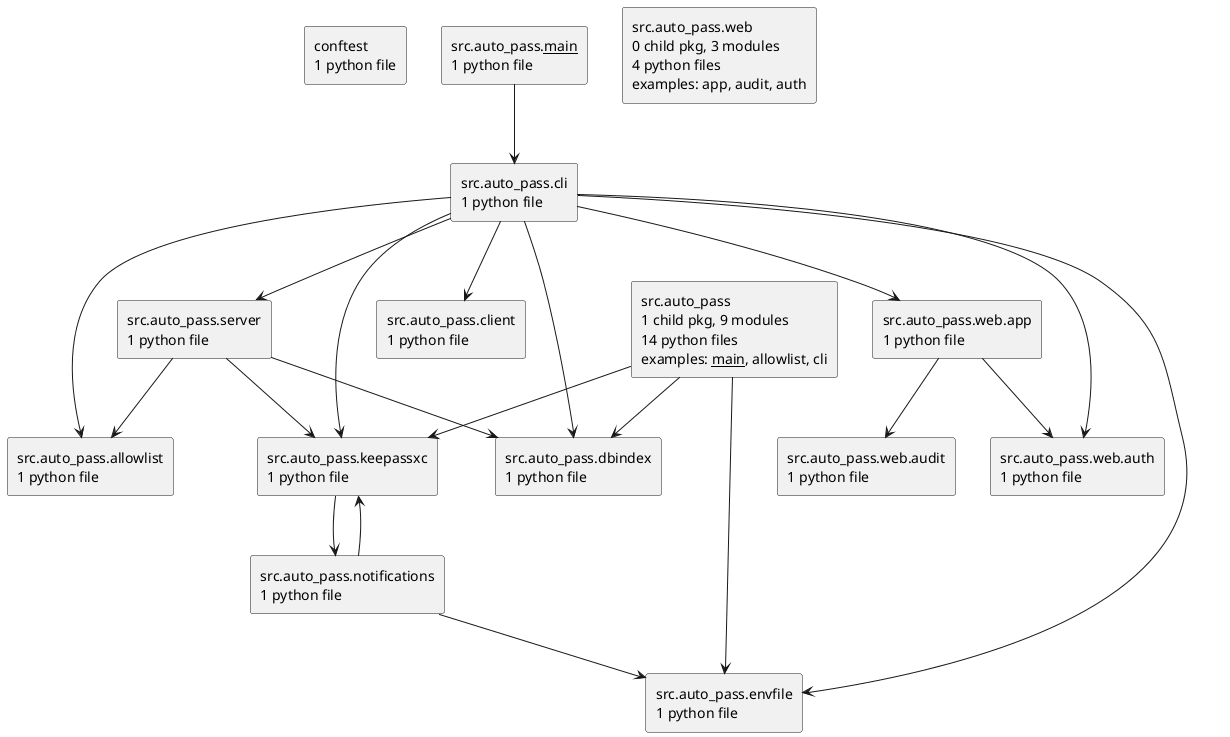
This is docs/diagrams/python-packages.puml.png from casonk/auto-pass, a PlantUML export, as it was before one commit.
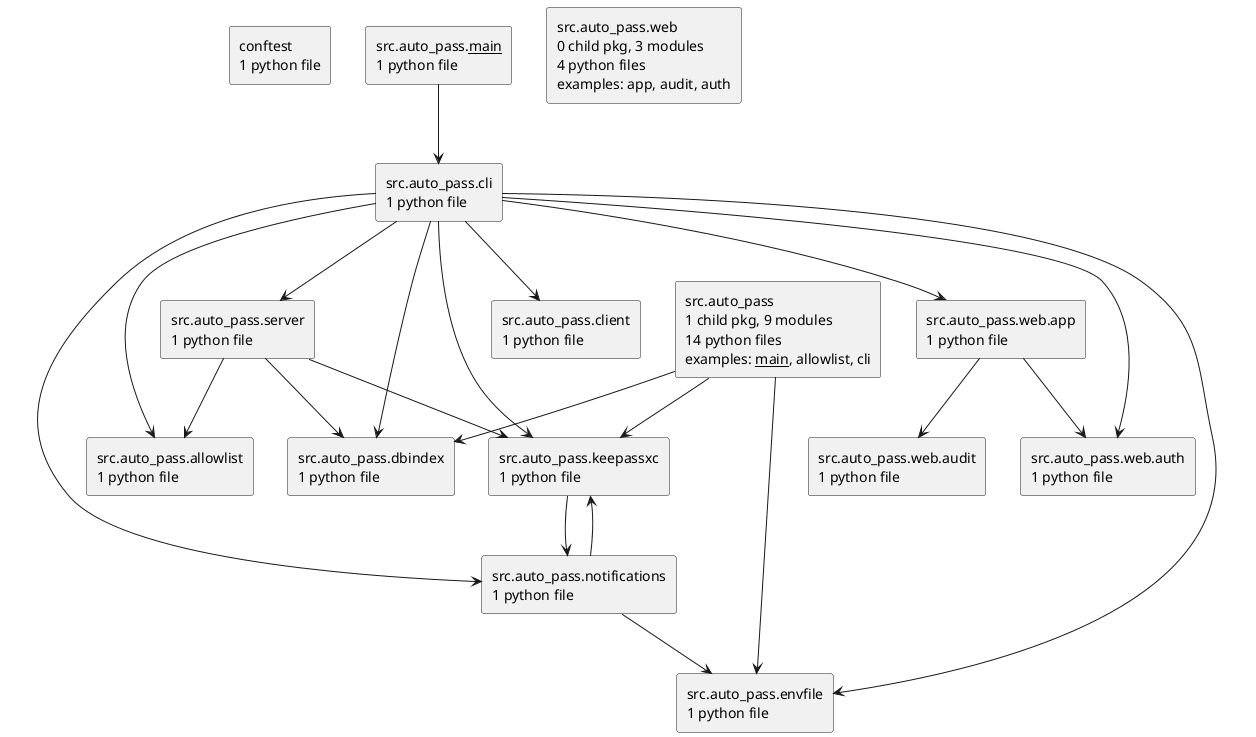
Later version of the same file.

Diff of the diagram source:
```diff
@@ -26,6 +26,7 @@
 src.auto_pass.cli --> src.auto_pass.dbindex
 src.auto_pass.cli --> src.auto_pass.envfile
 src.auto_pass.cli --> src.auto_pass.keepassxc
+src.auto_pass.cli --> src.auto_pass.notifications
 src.auto_pass.cli --> src.auto_pass.server
 src.auto_pass.cli --> src.auto_pass.web.app
 src.auto_pass.cli --> src.auto_pass.web.auth
```
